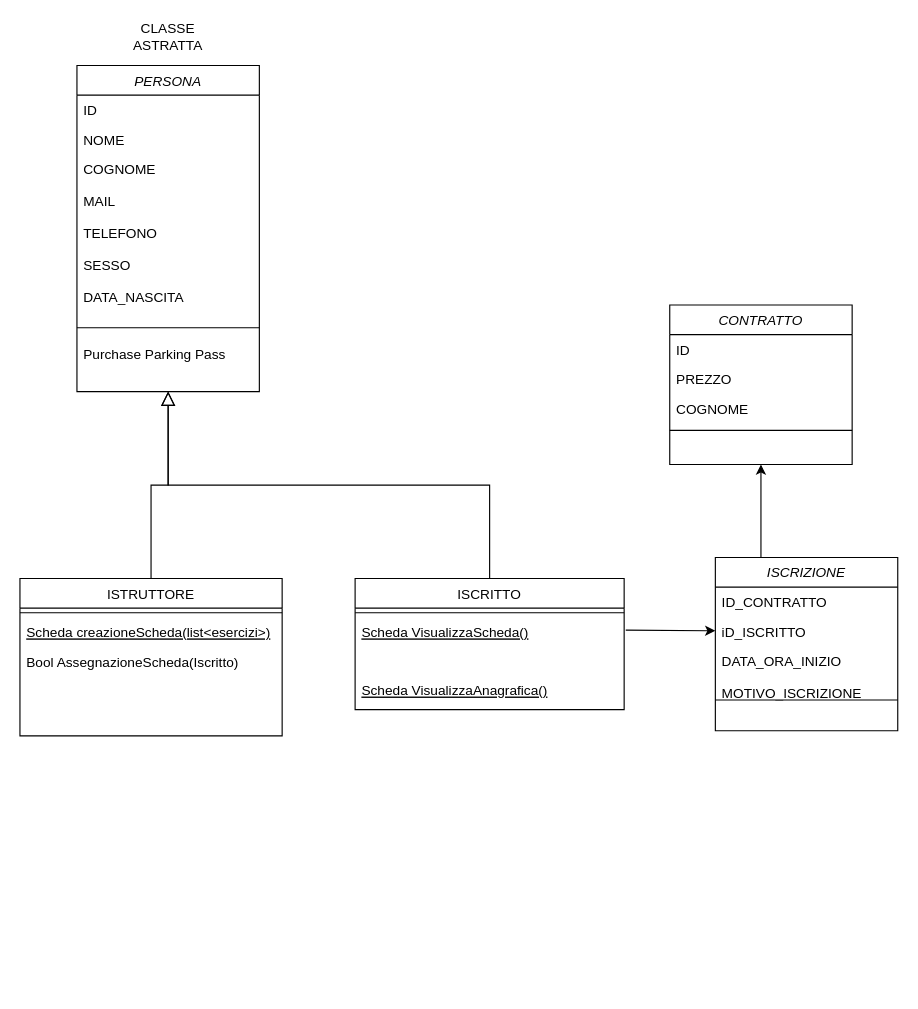
Trive118/WebGymTrivelloniBattaglioli keeps this draw.io diagram as Documetazione/Untitled Diagram.drawio. Above is the earlier version. Source tidied: cells renumbered, new cells numbered last; positions are measured from the earlier drawing's top-left corner, leaving out a move shared by most shapes. Both pictures are drawn from the tidied source at 114%, with x=0, y=0 at pixel (19, 19).
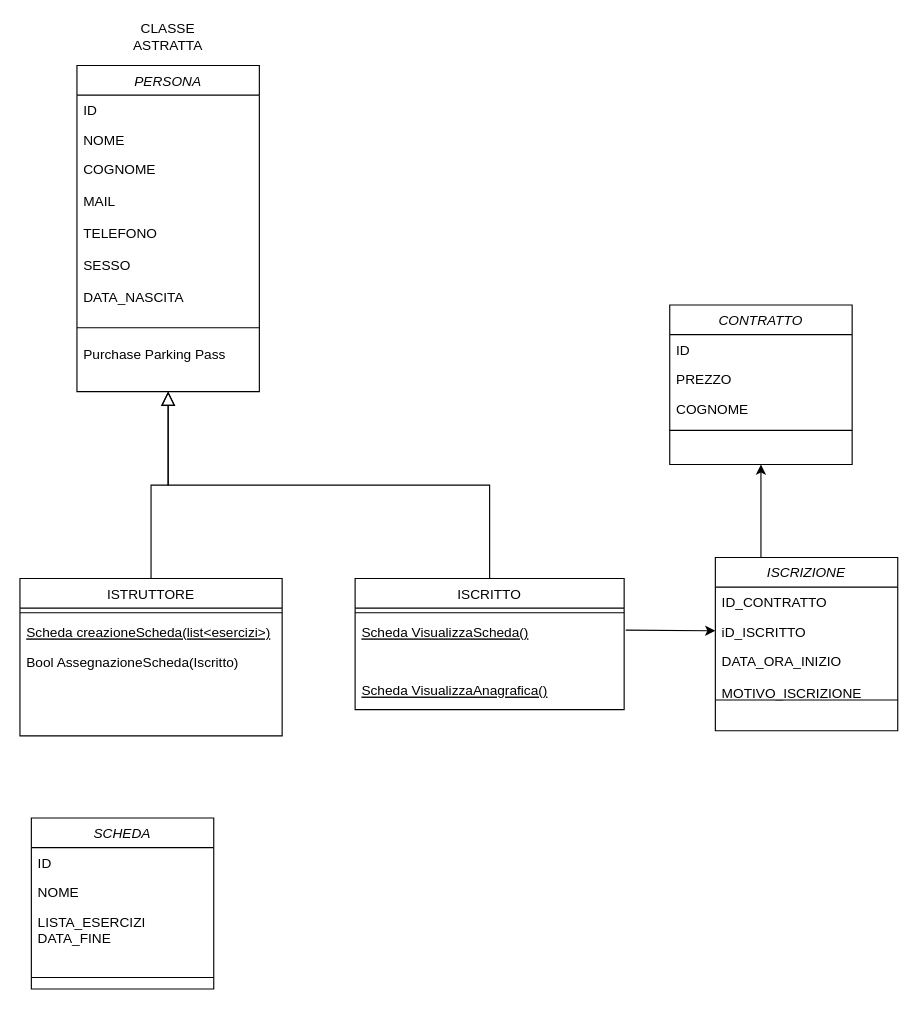
The same page after the edit.

Diff of the diagram source:
```diff
@@
+    <mxCell id="31" value="SCHEDA" style="swimlane;fontStyle=2;align=center;verticalAlign=top;horizontal=1;startSize=26;rounded=0;shadow=0;strokeWidth=1;" parent="1" vertex="1">
+      <mxGeometry x="10" y="700" width="160" height="150" as="geometry" />
+    </mxCell>
+    <mxCell id="32" value="ID" style="text;align=left;verticalAlign=top;spacingLeft=4;spacingRight=4;overflow=hidden;" parent="31" vertex="1">
+      <mxGeometry y="26" width="160" height="26" as="geometry" />
+    </mxCell>
+    <mxCell id="33" value="NOME" style="text;align=left;verticalAlign=top;spacingLeft=4;spacingRight=4;overflow=hidden;rounded=0;shadow=0;html=0;" parent="31" vertex="1">
+      <mxGeometry y="52" width="160" height="26" as="geometry" />
+    </mxCell>
+    <mxCell id="34" value="LISTA_ESERCIZI&#10;DATA_FINE&#10;" style="text;align=left;verticalAlign=top;spacingLeft=4;spacingRight=4;overflow=hidden;rounded=0;shadow=0;html=0;" parent="31" vertex="1">
+      <mxGeometry y="78" width="160" height="52" as="geometry" />
+    </mxCell>
+    <mxCell id="35" style="line;html=1;strokeWidth=1;align=left;verticalAlign=middle;spacingTop=-1;spacingLeft=3;spacingRight=3;labelPosition=right;" parent="31" vertex="1">
+      <mxGeometry y="130" width="160" height="20" as="geometry" />
+    </mxCell>
```
